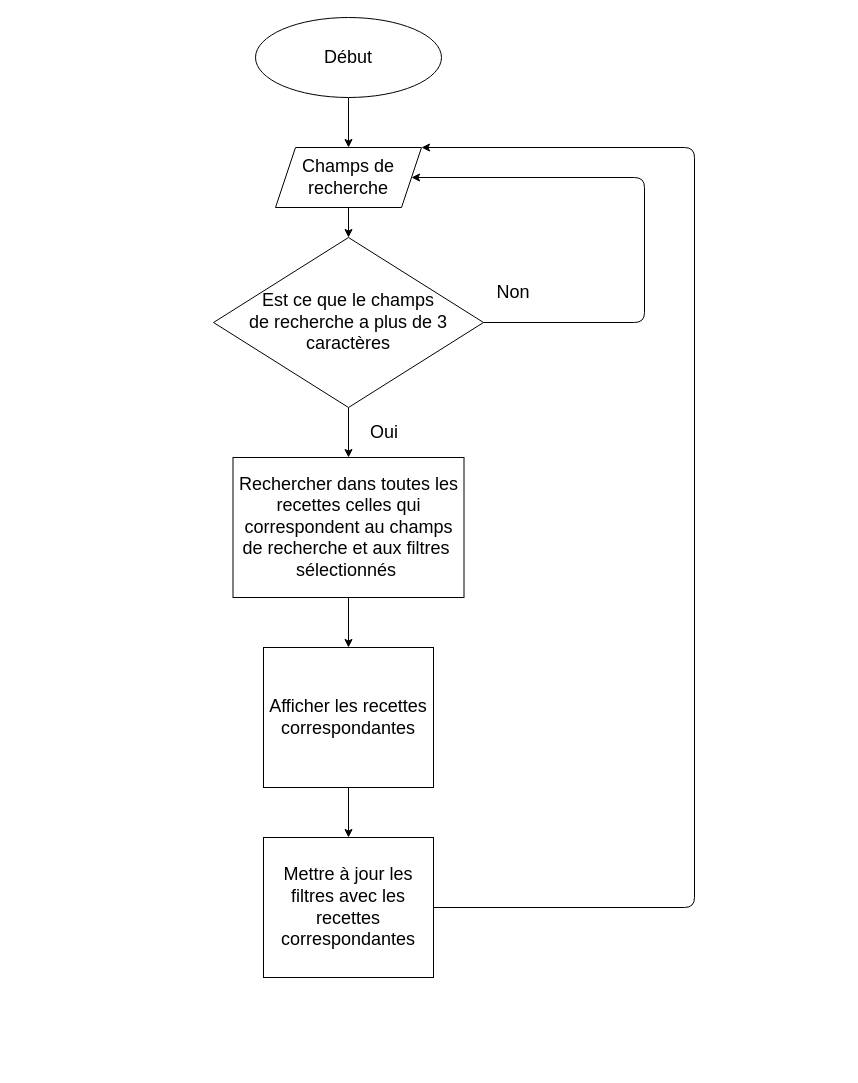
Before: assets/doc/functionalityInvestigationSheet.drawio in OpenClassrooms-Student-Center/P11-front-end-search-engine, a draw.io diagram. Source tidied: cells renumbered, new cells numbered last; positions are measured from the earlier drawing's top-left corner, leaving out a move shared by most shapes. Both pictures are drawn from the tidied source at 100%, with x=0, y=0 at pixel (213, 17).
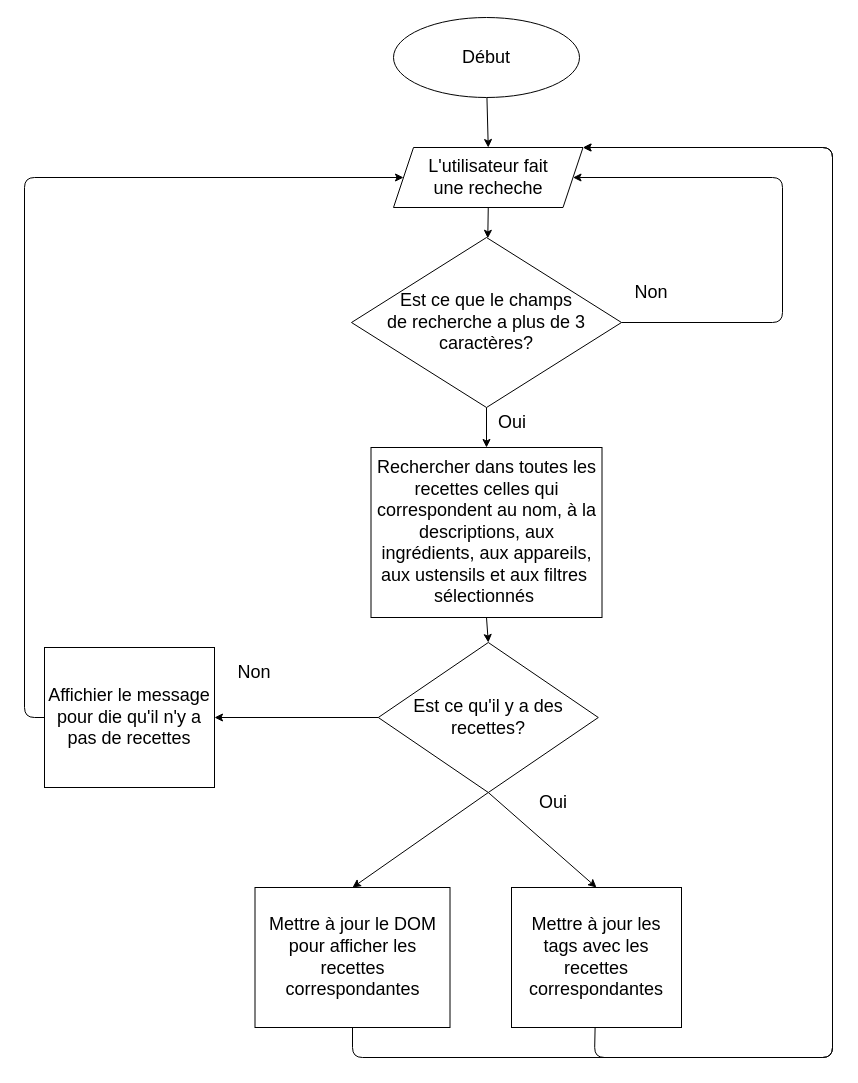
The same diagram, later.

Diff of the diagram source:
```diff
@@
     <mxCell id="3" value="&lt;font style=&quot;font-size: 18px;&quot;&gt;Début&lt;/font&gt;" style="ellipse;whiteSpace=wrap;html=1;fontStyle=0;" parent="1" vertex="1">
-      <mxGeometry x="42" width="186" height="80" as="geometry" />
+      <mxGeometry x="180" width="186" height="80" as="geometry" />
     </mxCell>
@@
-    <mxCell id="5" value="Champs de recherche" style="shape=parallelogram;perimeter=parallelogramPerimeter;whiteSpace=wrap;html=1;fixedSize=1;fontSize=18;" parent="1" vertex="1">
-      <mxGeometry x="62" y="130" width="146" height="60" as="geometry" />
+    <mxCell id="5" value="L'utilisateur fait &lt;br&gt;une recheche" style="shape=parallelogram;perimeter=parallelogramPerimeter;whiteSpace=wrap;html=1;fixedSize=1;fontSize=18;" parent="1" vertex="1">
+      <mxGeometry x="180" y="130" width="189.5" height="60" as="geometry" />
     </mxCell>
     <mxCell id="6" style="edgeStyle=none;html=1;entryX=1;entryY=0.5;entryDx=0;entryDy=0;" parent="1" edge="1" source="8" target="5">
       <mxGeometry relative="1" as="geometry">
         <Array as="points">
-          <mxPoint x="431" y="305" />
-          <mxPoint x="431" y="160" />
+          <mxPoint x="569" y="305" />
+          <mxPoint x="569" y="160" />
         </Array>
       </mxGeometry>
     </mxCell>
@@
-    <mxCell id="8" value="Est ce que le champs&lt;br&gt;de recherche a plus de 3 caractères" style="rhombus;whiteSpace=wrap;html=1;fontSize=18;" parent="1" vertex="1">
-      <mxGeometry y="220" width="270" height="170" as="geometry" />
+    <mxCell id="8" value="Est ce que le champs&lt;br&gt;de recherche a plus de 3 caractères?" style="rhombus;whiteSpace=wrap;html=1;fontSize=18;" parent="1" vertex="1">
+      <mxGeometry x="138" y="220" width="270" height="170" as="geometry" />
     </mxCell>
     <mxCell id="9" value="Oui" style="text;html=1;strokeColor=none;fillColor=none;align=center;verticalAlign=middle;whiteSpace=wrap;rounded=0;fontSize=18;" parent="1" vertex="1">
-      <mxGeometry x="141" y="400" width="60" height="30" as="geometry" />
+      <mxGeometry x="269" y="390" width="60" height="30" as="geometry" />
     </mxCell>
     <mxCell id="10" value="Non" style="text;html=1;strokeColor=none;fillColor=none;align=center;verticalAlign=middle;whiteSpace=wrap;rounded=0;fontSize=18;" parent="1" vertex="1">
-      <mxGeometry x="270" y="260" width="60" height="30" as="geometry" />
+      <mxGeometry x="408" y="260" width="60" height="30" as="geometry" />
     </mxCell>
-    <mxCell id="11" style="edgeStyle=none;html=1;" parent="1" edge="1" source="12" target="14">
+    <mxCell id="11" style="edgeStyle=none;html=1;exitX=0.5;exitY=1;exitDx=0;exitDy=0;entryX=0.5;entryY=0;entryDx=0;entryDy=0;" parent="1" edge="1" source="12" target="21">
       <mxGeometry relative="1" as="geometry" />
     </mxCell>
-    <mxCell id="12" value="Rechercher dans toutes les recettes celles qui correspondent au champs de recherche et aux filtres&amp;nbsp; sélectionnés&amp;nbsp;" style="rounded=0;whiteSpace=wrap;html=1;fontSize=18;" parent="1" vertex="1">
-      <mxGeometry x="19.5" y="440" width="231" height="140" as="geometry" />
+    <mxCell id="12" value="Rechercher dans toutes les recettes celles qui correspondent au nom, à la descriptions, aux ingrédients, aux appareils, aux ustensils et aux filtres&amp;nbsp; sélectionnés&amp;nbsp;" style="rounded=0;whiteSpace=wrap;html=1;fontSize=18;" parent="1" vertex="1">
+      <mxGeometry x="157.5" y="430" width="231" height="170" as="geometry" />
     </mxCell>
-    <mxCell id="13" style="edgeStyle=none;html=1;entryX=0.5;entryY=0;entryDx=0;entryDy=0;" parent="1" edge="1" source="14" target="16">
+    <mxCell id="13" style="edgeStyle=none;html=1;entryX=0.5;entryY=0;entryDx=0;entryDy=0;exitX=0.5;exitY=1;exitDx=0;exitDy=0;" parent="1" edge="1" source="21" target="16">
       <mxGeometry relative="1" as="geometry" />
     </mxCell>
+    <mxCell id="17" style="edgeStyle=none;html=1;entryX=1;entryY=0;entryDx=0;entryDy=0;" parent="1" edge="1" source="14" target="5">
+      <mxGeometry relative="1" as="geometry">
+        <Array as="points">
+          <mxPoint x="139" y="1040" />
+          <mxPoint x="619" y="1040" />
+          <mxPoint x="619" y="890" />
+          <mxPoint x="619" y="130" />
+        </Array>
+      </mxGeometry>
+    </mxCell>
-    <mxCell id="14" value="Afficher les recettes correspondantes" style="rounded=0;whiteSpace=wrap;html=1;fontSize=18;" parent="1" vertex="1">
-      <mxGeometry x="50" y="630" width="170" height="140" as="geometry" />
+    <mxCell id="14" value="Mettre à jour le DOM pour afficher les recettes correspondantes" style="rounded=0;whiteSpace=wrap;html=1;fontSize=18;" parent="1" vertex="1">
+      <mxGeometry x="41.5" y="870" width="195" height="140" as="geometry" />
     </mxCell>
     <mxCell id="15" style="edgeStyle=none;html=1;entryX=1;entryY=0;entryDx=0;entryDy=0;" parent="1" edge="1" source="16" target="5">
       <mxGeometry relative="1" as="geometry">
         <Array as="points">
-          <mxPoint x="481" y="890" />
-          <mxPoint x="481" y="130" />
+          <mxPoint x="381" y="1040" />
+          <mxPoint x="619" y="1040" />
+          <mxPoint x="619" y="130" />
         </Array>
       </mxGeometry>
     </mxCell>
-    <mxCell id="16" value="Mettre à jour les filtres avec les recettes correspondantes" style="rounded=0;whiteSpace=wrap;html=1;fontSize=18;" parent="1" vertex="1">
-      <mxGeometry x="50" y="820" width="170" height="140" as="geometry" />
+    <mxCell id="16" value="Mettre à jour les tags avec les recettes correspondantes" style="rounded=0;whiteSpace=wrap;html=1;fontSize=18;" parent="1" vertex="1">
+      <mxGeometry x="298" y="870" width="170" height="140" as="geometry" />
     </mxCell>
+    <mxCell id="18" style="edgeStyle=none;html=1;entryX=0.5;entryY=0;entryDx=0;entryDy=0;exitX=0.5;exitY=1;exitDx=0;exitDy=0;" parent="1" edge="1" source="21" target="14">
+      <mxGeometry relative="1" as="geometry" />
+    </mxCell>
+    <mxCell id="19" style="edgeStyle=none;html=1;entryX=0;entryY=0.5;entryDx=0;entryDy=0;exitX=0;exitY=0.5;exitDx=0;exitDy=0;" parent="1" edge="1" source="24" target="5">
+      <mxGeometry relative="1" as="geometry">
+        <Array as="points">
+          <mxPoint x="-189" y="700" />
+          <mxPoint x="-189" y="160" />
+        </Array>
+      </mxGeometry>
+    </mxCell>
+    <mxCell id="20" style="edgeStyle=none;html=1;" parent="1" edge="1" source="21" target="24">
+      <mxGeometry relative="1" as="geometry" />
+    </mxCell>
+    <mxCell id="21" value="Est ce qu'il y a des &lt;br&gt;recettes?" style="rhombus;whiteSpace=wrap;html=1;fontSize=18;" parent="1" vertex="1">
+      <mxGeometry x="164.8" y="625" width="220" height="150" as="geometry" />
+    </mxCell>
+    <mxCell id="22" value="Oui" style="text;html=1;strokeColor=none;fillColor=none;align=center;verticalAlign=middle;whiteSpace=wrap;rounded=0;fontSize=18;" parent="1" vertex="1">
+      <mxGeometry x="309.5" y="770" width="60" height="30" as="geometry" />
+    </mxCell>
+    <mxCell id="23" value="Non" style="text;html=1;strokeColor=none;fillColor=none;align=center;verticalAlign=middle;whiteSpace=wrap;rounded=0;fontSize=18;" parent="1" vertex="1">
+      <mxGeometry x="11" y="640" width="60" height="30" as="geometry" />
+    </mxCell>
+    <mxCell id="24" value="Affichier le message pour die qu'il n'y a pas de recettes" style="rounded=0;whiteSpace=wrap;html=1;fontSize=18;" parent="1" vertex="1">
+      <mxGeometry x="-169" y="630" width="170" height="140" as="geometry" />
+    </mxCell>
```
